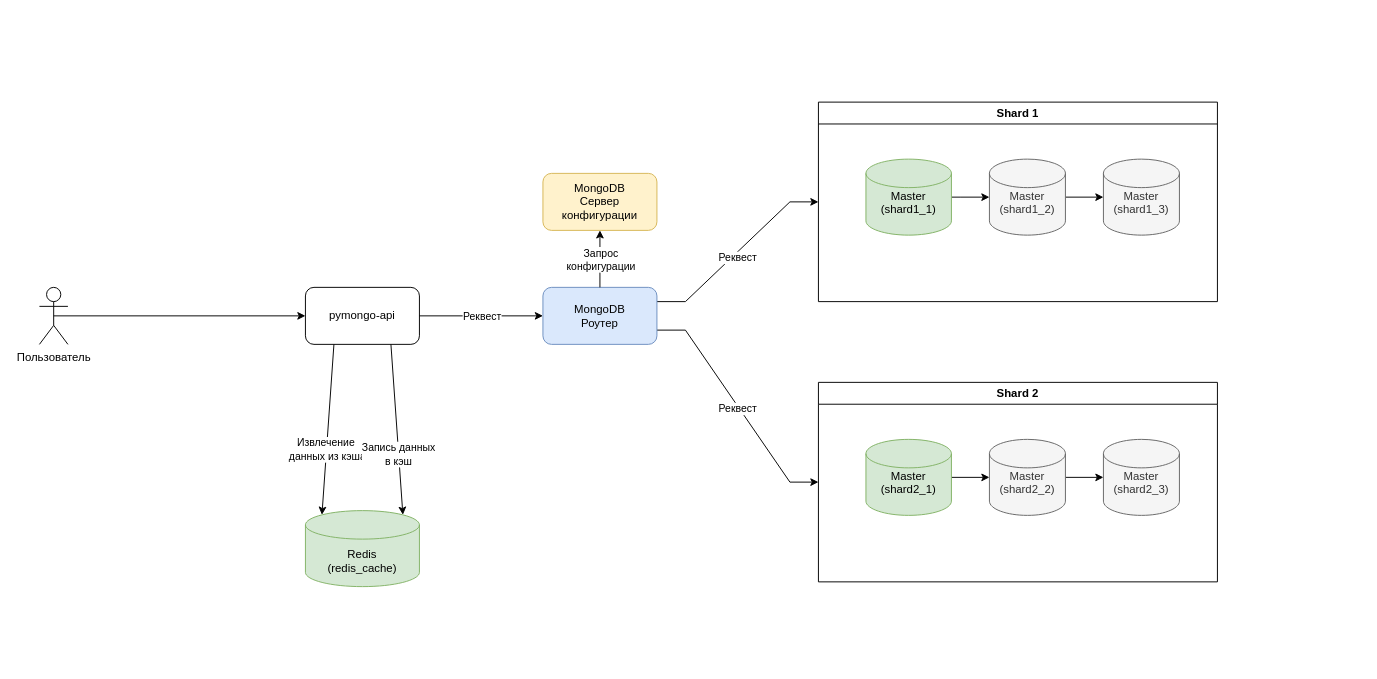
Before: page "3. Кэширование" (4 of 6) of task1.drawio.xml in Kursor-nn/architecture-sprint-2, a draw.io diagram. Source tidied: cells renumbered, new cells numbered last; positions are measured from the earlier drawing's top-left corner, leaving out a move shared by most shapes. Both pictures are drawn from the tidied source at 95%, with x=0, y=0 at pixel (39, 102).
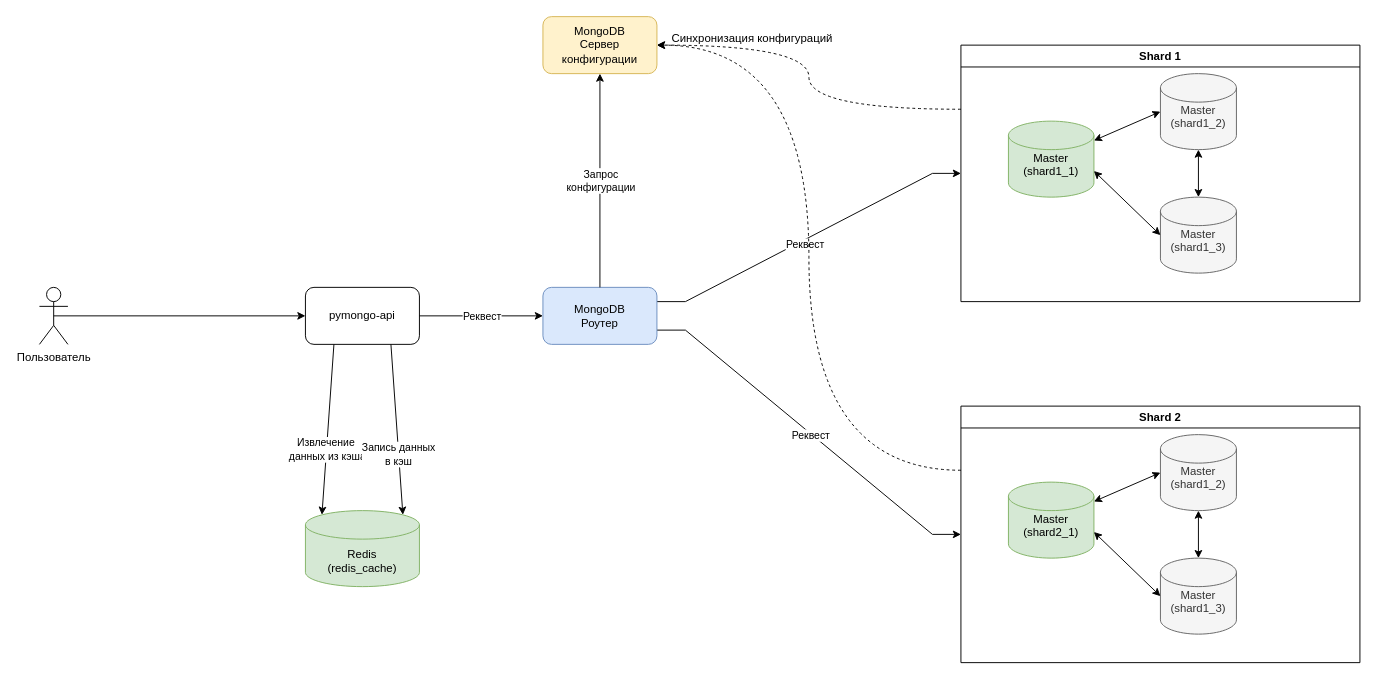
The same page after the edit.

The edit, as a diff of the source:
```diff
@@
     <mxCell id="8" value="MongoDB&lt;div&gt;Сервер конфигурации&lt;/div&gt;" style="rounded=1;whiteSpace=wrap;html=1;fillColor=#fff2cc;strokeColor=#d6b656;" parent="1" vertex="1">
-      <mxGeometry x="530" y="75" width="120" height="60" as="geometry" />
+      <mxGeometry x="530" y="-90" width="120" height="60" as="geometry" />
     </mxCell>
@@
-    <mxCell id="13" value="Shard 1" style="swimlane;whiteSpace=wrap;html=1;" parent="1" vertex="1">
-      <mxGeometry x="820" width="420" height="210" as="geometry" />
-    </mxCell>
-    <mxCell id="14" style="edgeStyle=orthogonalEdgeStyle;rounded=0;jettySize=auto;html=1;exitX=1;exitY=0.5;exitDx=0;exitDy=0;exitPerimeter=0;" parent="13" edge="1" source="15" target="17">
-      <mxGeometry relative="1" as="geometry">
-        <Array as="points">
-          <mxPoint x="150" y="100" />
-          <mxPoint x="150" y="100" />
-        </Array>
-      </mxGeometry>
-    </mxCell>
-    <mxCell id="15" value="Master&lt;div&gt;(shard1_1)&lt;br&gt;&lt;div&gt;&lt;br&gt;&lt;/div&gt;&lt;/div&gt;" style="shape=cylinder3;whiteSpace=wrap;html=1;boundedLbl=1;backgroundOutline=1;size=15;fillColor=#d5e8d4;strokeColor=#82b366;" parent="13" vertex="1">
-      <mxGeometry x="50" y="60" width="90" height="80" as="geometry" />
-    </mxCell>
-    <mxCell id="16" style="edgeStyle=orthogonalEdgeStyle;rounded=0;jettySize=auto;html=1;exitX=1;exitY=0.5;exitDx=0;exitDy=0;exitPerimeter=0;" parent="13" edge="1" source="17" target="18">
-      <mxGeometry relative="1" as="geometry" />
-    </mxCell>
-    <mxCell id="17" value="Master&lt;div&gt;(shard1_2)&lt;br&gt;&lt;div&gt;&lt;br&gt;&lt;/div&gt;&lt;/div&gt;" style="shape=cylinder3;whiteSpace=wrap;html=1;boundedLbl=1;backgroundOutline=1;size=15;fillColor=#f5f5f5;fontColor=#333333;strokeColor=#666666;" parent="13" vertex="1">
-      <mxGeometry x="180" y="60" width="80" height="80" as="geometry" />
-    </mxCell>
-    <mxCell id="18" value="Master&lt;div&gt;(shard1_3)&lt;br&gt;&lt;div&gt;&lt;br&gt;&lt;/div&gt;&lt;/div&gt;" style="shape=cylinder3;whiteSpace=wrap;html=1;boundedLbl=1;backgroundOutline=1;size=15;fillColor=#f5f5f5;fontColor=#333333;strokeColor=#666666;" parent="13" vertex="1">
-      <mxGeometry x="300" y="60" width="80" height="80" as="geometry" />
-    </mxCell>
-    <mxCell id="19" value="Shard 2" style="swimlane;whiteSpace=wrap;html=1;" parent="1" vertex="1">
-      <mxGeometry x="820" y="295" width="420" height="210" as="geometry" />
-    </mxCell>
-    <mxCell id="20" style="edgeStyle=orthogonalEdgeStyle;rounded=0;jettySize=auto;html=1;exitX=1;exitY=0.5;exitDx=0;exitDy=0;exitPerimeter=0;" parent="19" edge="1" source="21" target="23">
-      <mxGeometry relative="1" as="geometry" />
-    </mxCell>
-    <mxCell id="21" value="Master&lt;div&gt;(shard2_1)&lt;br&gt;&lt;div&gt;&lt;br&gt;&lt;/div&gt;&lt;/div&gt;" style="shape=cylinder3;whiteSpace=wrap;html=1;boundedLbl=1;backgroundOutline=1;size=15;fillColor=#d5e8d4;strokeColor=#82b366;" parent="19" vertex="1">
-      <mxGeometry x="50" y="60" width="90" height="80" as="geometry" />
-    </mxCell>
-    <mxCell id="22" style="edgeStyle=orthogonalEdgeStyle;rounded=0;jettySize=auto;html=1;exitX=1;exitY=0.5;exitDx=0;exitDy=0;exitPerimeter=0;" parent="19" edge="1" source="23" target="24">
-      <mxGeometry relative="1" as="geometry" />
-    </mxCell>
-    <mxCell id="23" value="Master&lt;div&gt;(shard2_2)&lt;br&gt;&lt;div&gt;&lt;br&gt;&lt;/div&gt;&lt;/div&gt;" style="shape=cylinder3;whiteSpace=wrap;html=1;boundedLbl=1;backgroundOutline=1;size=15;fillColor=#f5f5f5;fontColor=#333333;strokeColor=#666666;" parent="19" vertex="1">
-      <mxGeometry x="180" y="60" width="80" height="80" as="geometry" />
-    </mxCell>
-    <mxCell id="24" value="Master&lt;div&gt;(shard2_3)&lt;br&gt;&lt;div&gt;&lt;br&gt;&lt;/div&gt;&lt;/div&gt;" style="shape=cylinder3;whiteSpace=wrap;html=1;boundedLbl=1;backgroundOutline=1;size=15;fillColor=#f5f5f5;fontColor=#333333;strokeColor=#666666;" parent="19" vertex="1">
-      <mxGeometry x="300" y="60" width="80" height="80" as="geometry" />
-    </mxCell>
@@
+    <mxCell id="32" style="edgeStyle=orthogonalEdgeStyle;rounded=0;jettySize=auto;html=1;exitX=0;exitY=0.25;exitDx=0;exitDy=0;entryX=1;entryY=0.5;entryDx=0;entryDy=0;curved=1;dashed=1;" parent="1" edge="1" source="19" target="8">
+      <mxGeometry relative="1" as="geometry" />
+    </mxCell>
+    <mxCell id="19" value="Shard 2" style="swimlane;whiteSpace=wrap;html=1;" parent="1" vertex="1">
+      <mxGeometry x="970" y="320" width="420" height="270" as="geometry" />
+    </mxCell>
+    <mxCell id="21" value="Master&lt;div&gt;(shard2_1)&lt;br&gt;&lt;div&gt;&lt;br&gt;&lt;/div&gt;&lt;/div&gt;" style="shape=cylinder3;whiteSpace=wrap;html=1;boundedLbl=1;backgroundOutline=1;size=15;fillColor=#d5e8d4;strokeColor=#82b366;" parent="19" vertex="1">
+      <mxGeometry x="50" y="80" width="90" height="80" as="geometry" />
+    </mxCell>
+    <mxCell id="33" style="rounded=0;jettySize=auto;html=1;exitX=0;exitY=0.5;exitDx=0;exitDy=0;exitPerimeter=0;startArrow=classic;startFill=1;" parent="19" edge="1" source="34" target="21">
+      <mxGeometry relative="1" as="geometry" />
+    </mxCell>
+    <mxCell id="34" value="Master&lt;div&gt;(shard1_2)&lt;br&gt;&lt;div&gt;&lt;br&gt;&lt;/div&gt;&lt;/div&gt;" style="shape=cylinder3;whiteSpace=wrap;html=1;boundedLbl=1;backgroundOutline=1;size=15;fillColor=#f5f5f5;fontColor=#333333;strokeColor=#666666;" parent="19" vertex="1">
+      <mxGeometry x="210" y="30" width="80" height="80" as="geometry" />
+    </mxCell>
+    <mxCell id="35" value="Master&lt;div&gt;(shard1_3)&lt;br&gt;&lt;div&gt;&lt;br&gt;&lt;/div&gt;&lt;/div&gt;" style="shape=cylinder3;whiteSpace=wrap;html=1;boundedLbl=1;backgroundOutline=1;size=15;fillColor=#f5f5f5;fontColor=#333333;strokeColor=#666666;" parent="19" vertex="1">
+      <mxGeometry x="210" y="160" width="80" height="80" as="geometry" />
+    </mxCell>
+    <mxCell id="36" style="edgeStyle=orthogonalEdgeStyle;rounded=0;jettySize=auto;html=1;exitX=0.5;exitY=1;exitDx=0;exitDy=0;exitPerimeter=0;entryX=0.5;entryY=0;entryDx=0;entryDy=0;entryPerimeter=0;startArrow=classic;startFill=1;" parent="19" edge="1" source="34" target="35">
+      <mxGeometry relative="1" as="geometry" />
+    </mxCell>
+    <mxCell id="37" style="rounded=0;jettySize=auto;html=1;exitX=1;exitY=0;exitDx=0;exitDy=52.5;exitPerimeter=0;entryX=0;entryY=0.5;entryDx=0;entryDy=0;entryPerimeter=0;startArrow=classic;startFill=1;" parent="19" edge="1" source="21" target="35">
+      <mxGeometry relative="1" as="geometry" />
+    </mxCell>
+    <mxCell id="38" style="edgeStyle=orthogonalEdgeStyle;rounded=0;jettySize=auto;html=1;exitX=0;exitY=0.25;exitDx=0;exitDy=0;curved=1;dashed=1;" parent="1" edge="1" source="13" target="8">
+      <mxGeometry relative="1" as="geometry" />
+    </mxCell>
+    <mxCell id="13" value="Shard 1" style="swimlane;whiteSpace=wrap;html=1;" parent="1" vertex="1">
+      <mxGeometry x="970" y="-60" width="420" height="270" as="geometry" />
+    </mxCell>
+    <mxCell id="15" value="Master&lt;div&gt;(shard1_1)&lt;br&gt;&lt;div&gt;&lt;br&gt;&lt;/div&gt;&lt;/div&gt;" style="shape=cylinder3;whiteSpace=wrap;html=1;boundedLbl=1;backgroundOutline=1;size=15;fillColor=#d5e8d4;strokeColor=#82b366;" parent="13" vertex="1">
+      <mxGeometry x="50" y="80" width="90" height="80" as="geometry" />
+    </mxCell>
+    <mxCell id="39" style="rounded=0;jettySize=auto;html=1;exitX=0;exitY=0.5;exitDx=0;exitDy=0;exitPerimeter=0;startArrow=classic;startFill=1;" parent="13" edge="1" source="40" target="15">
+      <mxGeometry relative="1" as="geometry" />
+    </mxCell>
+    <mxCell id="40" value="Master&lt;div&gt;(shard1_2)&lt;br&gt;&lt;div&gt;&lt;br&gt;&lt;/div&gt;&lt;/div&gt;" style="shape=cylinder3;whiteSpace=wrap;html=1;boundedLbl=1;backgroundOutline=1;size=15;fillColor=#f5f5f5;fontColor=#333333;strokeColor=#666666;" parent="13" vertex="1">
+      <mxGeometry x="210" y="30" width="80" height="80" as="geometry" />
+    </mxCell>
+    <mxCell id="41" value="Master&lt;div&gt;(shard1_3)&lt;br&gt;&lt;div&gt;&lt;br&gt;&lt;/div&gt;&lt;/div&gt;" style="shape=cylinder3;whiteSpace=wrap;html=1;boundedLbl=1;backgroundOutline=1;size=15;fillColor=#f5f5f5;fontColor=#333333;strokeColor=#666666;" parent="13" vertex="1">
+      <mxGeometry x="210" y="160" width="80" height="80" as="geometry" />
+    </mxCell>
+    <mxCell id="42" style="edgeStyle=orthogonalEdgeStyle;rounded=0;jettySize=auto;html=1;exitX=0.5;exitY=1;exitDx=0;exitDy=0;exitPerimeter=0;entryX=0.5;entryY=0;entryDx=0;entryDy=0;entryPerimeter=0;startArrow=classic;startFill=1;" parent="13" edge="1" source="40" target="41">
+      <mxGeometry relative="1" as="geometry" />
+    </mxCell>
+    <mxCell id="43" style="rounded=0;jettySize=auto;html=1;exitX=1;exitY=0;exitDx=0;exitDy=52.5;exitPerimeter=0;entryX=0;entryY=0.5;entryDx=0;entryDy=0;entryPerimeter=0;startArrow=classic;startFill=1;" parent="13" edge="1" source="15" target="41">
+      <mxGeometry relative="1" as="geometry" />
+    </mxCell>
+    <mxCell id="44" value="Синхронизация конфигураций" style="text;html=1;align=center;verticalAlign=middle;strokeColor=none;fillColor=none;" parent="1" vertex="1">
+      <mxGeometry x="650" y="-82" width="200" height="30" as="geometry" />
+    </mxCell>
```
